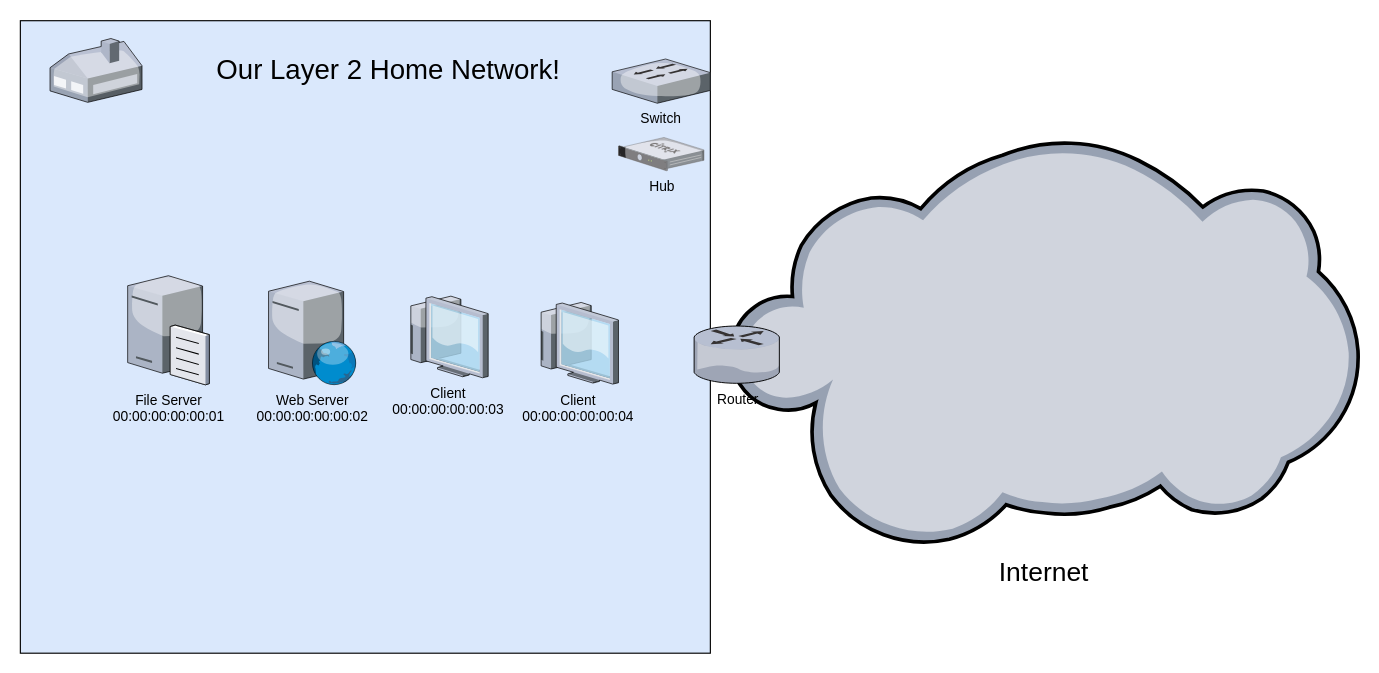
The draw.io diagram Lesson 2/Layer 2 Network.drawio in Polarified/netcourse, before the edit. Source tidied: cells renumbered, new cells numbered last; positions are measured from the earlier drawing's top-left corner, leaving out a move shared by most shapes. Both pictures are drawn from the tidied source at 115%, with x=0, y=0 at pixel (20, 20).
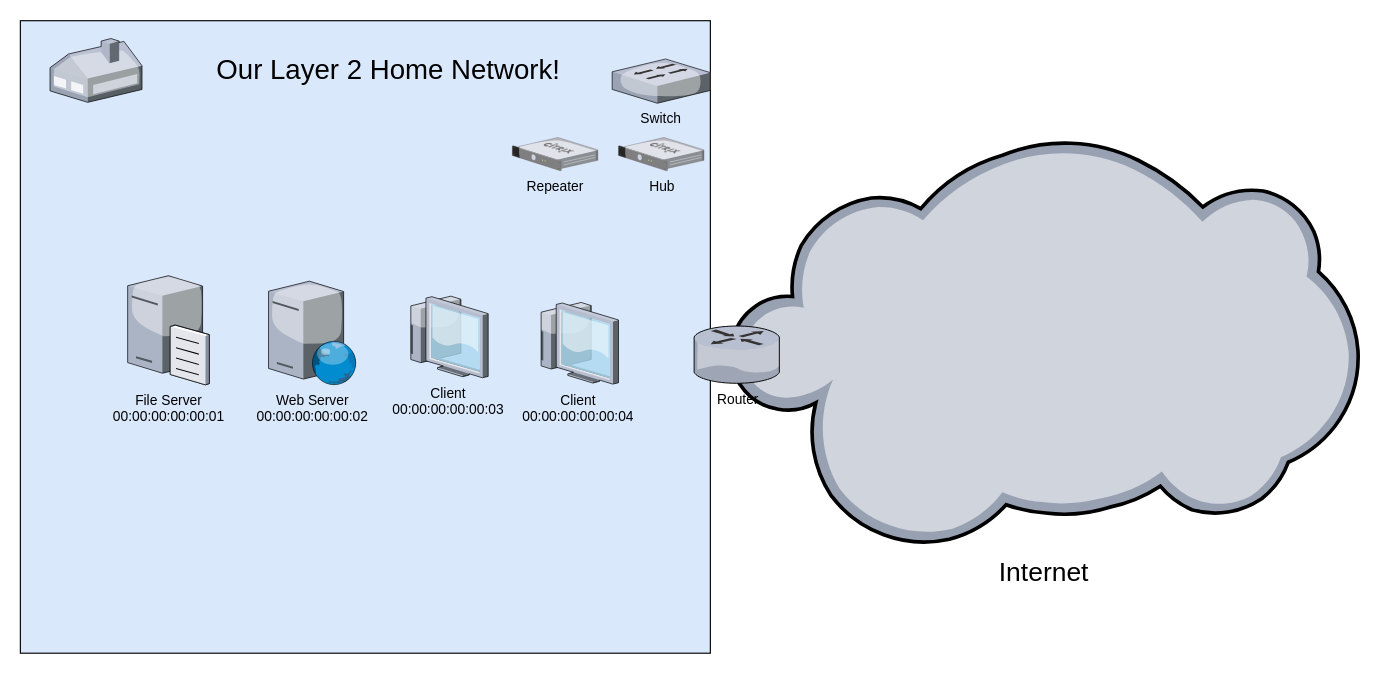
After the change.

Diff of the diagram source:
```diff
@@
 <mxGraphModel>
   <root>
     <mxCell id="0" />
     <mxCell id="1" parent="0" />
     <mxCell id="2" style="whiteSpace=wrap;html=1;fillColor=#dae8fc;fontSize=14;strokeColor=#000000;verticalAlign=top;" parent="1" vertex="1">
       <mxGeometry x="0.2" y="0.5" width="600" height="550" as="geometry" />
     </mxCell>
     <mxCell id="3" style="verticalLabelPosition=bottom;html=1;verticalAlign=top;strokeColor=none;shape=mxgraph.citrix.home_office;fillColor=#66B2FF;gradientColor=#0066CC;fontSize=14;" parent="1" vertex="1">
       <mxGeometry x="26" y="16" width="80" height="55.5" as="geometry" />
     </mxCell>
     <mxCell id="4" value="&lt;font style=&quot;font-size: 23px&quot;&gt;Internet&lt;/font&gt;" style="verticalLabelPosition=bottom;html=1;verticalAlign=top;strokeColor=none;align=center;shape=mxgraph.citrix.cloud;" parent="1" vertex="1">
       <mxGeometry x="616" y="102" width="548.6" height="358" as="geometry" />
     </mxCell>
     <mxCell id="5" value="Router" style="verticalLabelPosition=bottom;html=1;verticalAlign=top;strokeColor=none;align=center;shape=mxgraph.citrix.router;" parent="1" vertex="1">
       <mxGeometry x="586" y="266" width="75" height="49.8" as="geometry" />
     </mxCell>
     <mxCell id="6" value="&lt;font style=&quot;font-size: 24px&quot;&gt;Our Layer 2 Home Network!&lt;/font&gt;" style="text;html=1;align=center;verticalAlign=middle;fillColor=none;strokeColor=none;rounded=0;" parent="1" vertex="1">
       <mxGeometry x="164.5" y="33.8" width="310" height="20" as="geometry" />
     </mxCell>
     <mxCell id="7" value="File Server&lt;br&gt;00:00:00:00:00:01" style="verticalLabelPosition=bottom;html=1;verticalAlign=top;strokeColor=none;align=center;shape=mxgraph.citrix.file_server;" parent="1" vertex="1">
       <mxGeometry x="93.5" y="220" width="71" height="97" as="geometry" />
     </mxCell>
     <mxCell id="8" value="Switch" style="verticalLabelPosition=bottom;html=1;verticalAlign=top;strokeColor=none;align=center;shape=mxgraph.citrix.switch;" parent="1" vertex="1">
       <mxGeometry x="514.8" y="33.8" width="85.3" height="38.5" as="geometry" />
     </mxCell>
     <mxCell id="9" value="Web Server&lt;br&gt;00:00:00:00:00:02" style="verticalLabelPosition=bottom;html=1;verticalAlign=top;strokeColor=none;align=center;shape=mxgraph.citrix.web_server;" parent="1" vertex="1">
       <mxGeometry x="216" y="227" width="76.5" height="90" as="geometry" />
     </mxCell>
     <mxCell id="10" value="Hub" style="verticalLabelPosition=bottom;html=1;verticalAlign=top;strokeColor=none;align=center;shape=mxgraph.citrix.branch_repeater;" parent="1" vertex="1">
       <mxGeometry x="520.3" y="102" width="74.4" height="29" as="geometry" />
     </mxCell>
     <mxCell id="11" value="Client&lt;br&gt;00:00:00:00:00:03" style="verticalLabelPosition=bottom;html=1;verticalAlign=top;strokeColor=none;align=center;shape=mxgraph.citrix.thin_client;" parent="1" vertex="1">
       <mxGeometry x="336" y="240" width="71" height="71" as="geometry" />
     </mxCell>
     <mxCell id="12" value="Client&lt;br&gt;00:00:00:00:00:04" style="verticalLabelPosition=bottom;html=1;verticalAlign=top;strokeColor=none;align=center;shape=mxgraph.citrix.thin_client;" parent="1" vertex="1">
       <mxGeometry x="449.3" y="245.5" width="71" height="71" as="geometry" />
     </mxCell>
+    <mxCell id="13" value="Repeater" style="verticalLabelPosition=bottom;html=1;verticalAlign=top;strokeColor=none;align=center;shape=mxgraph.citrix.branch_repeater;" parent="1" vertex="1">
+      <mxGeometry x="428" y="102" width="74.4" height="29" as="geometry" />
+    </mxCell>
   </root>
 </mxGraphModel>
```
